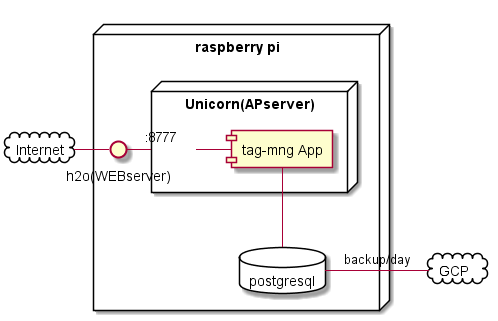
Before: arc/arc.png, a diagram exported from PlantUML (ddddddO/memo).
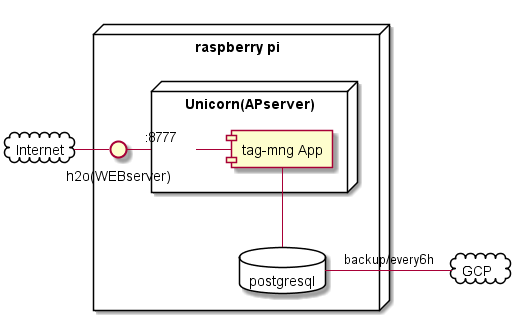
Later version of the same file.

Change to the diagram source:
```diff
@@ -25,7 +25,6 @@
 h2o - unicorn : :8777
 unicorn - tag_mng_app
 tag_mng_app -- postgres
-postgres - gcp : backup/day
-
+postgres - gcp : backup/every6h
 
 @enduml
```
